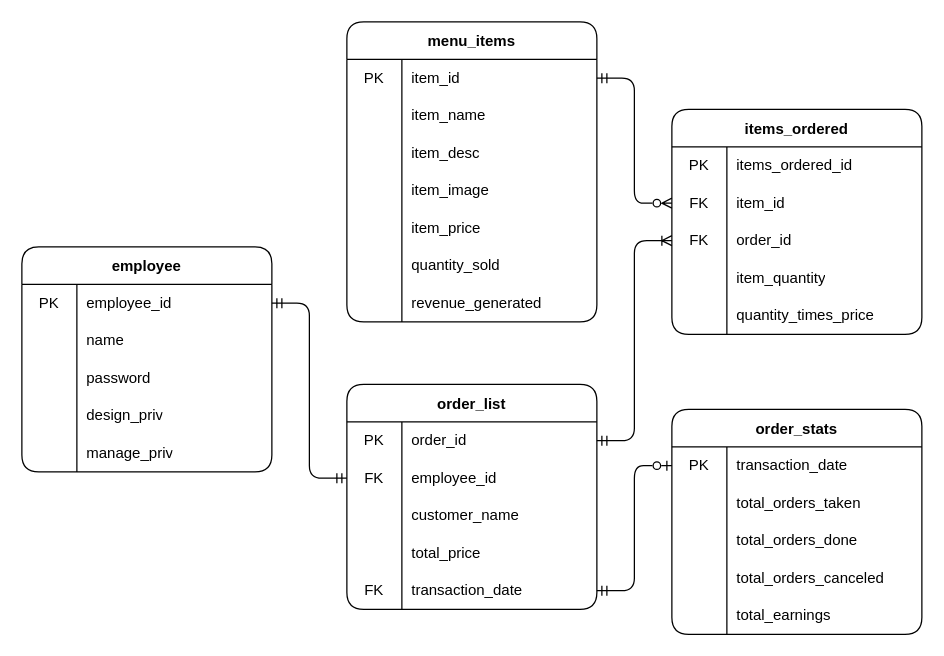
This is DOCS/Diagrams/ERD Diagram.drawio from alexxGmZ/MenuMaApp, a draw.io file, before an edit. Source tidied: cells renumbered, new cells numbered last; positions are measured from the earlier drawing's top-left corner, leaving out a move shared by most shapes. Both pictures are drawn from the tidied source at 125%, with x=0, y=0 at pixel (21, 21).
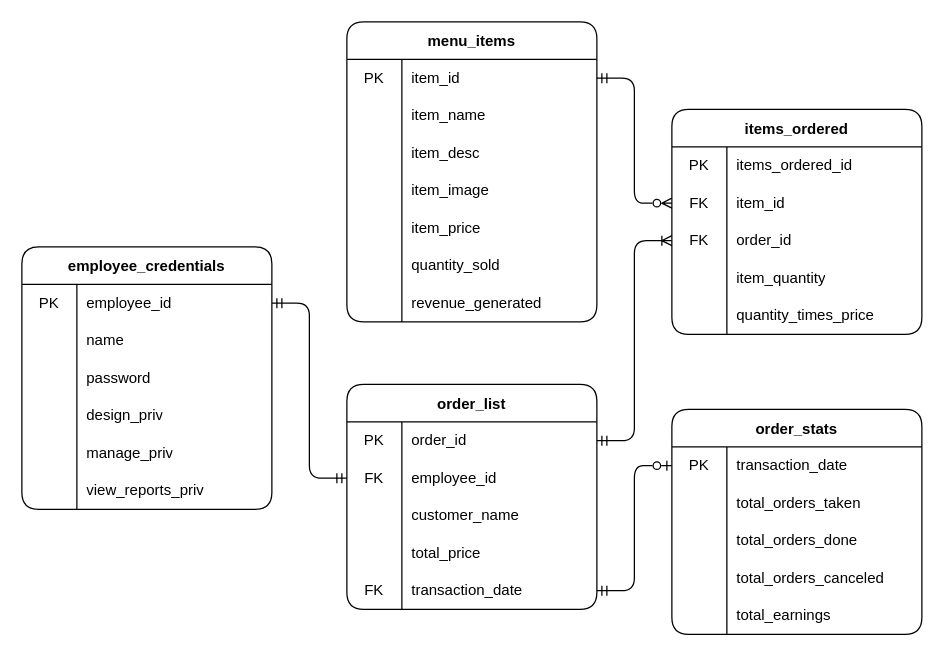
The same diagram, later.

Commit message:
diagram(erd): employee table to employee_credentials

What changed in the source:
```diff
@@
-    <mxCell id="2" value="employee" style="shape=table;startSize=30;childLayout=tableLayout;rowLines=0;fontStyle=1;rounded=1;" parent="1" vertex="1">
-      <mxGeometry y="180" width="200" height="180" as="geometry" />
+    <mxCell id="2" value="employee_credentials" style="shape=table;startSize=30;childLayout=tableLayout;rowLines=0;fontStyle=1;rounded=1;" parent="1" vertex="1">
+      <mxGeometry y="180" width="200" height="210" as="geometry" />
     </mxCell>
@@
+    <mxCell id="92" style="shape=tableRow;horizontal=0;startSize=0;swimlaneHead=0;swimlaneBody=0;top=0;left=0;bottom=0;right=0;fillColor=none;" parent="2" vertex="1">
+      <mxGeometry y="180" width="200" height="30" as="geometry" />
+    </mxCell>
+    <mxCell id="93" style="shape=partialRectangle;html=1;whiteSpace=wrap;fillColor=none;top=0;left=0;bottom=0;right=0;overflow=hidden;" parent="92" vertex="1">
+      <mxGeometry width="44" height="30" as="geometry" />
+    </mxCell>
+    <mxCell id="94" value="view_reports_priv" style="shape=partialRectangle;html=1;whiteSpace=wrap;fillColor=none;top=0;left=0;bottom=0;right=0;align=left;spacingLeft=6;overflow=hidden;" parent="92" vertex="1">
+      <mxGeometry x="44" width="156" height="30" as="geometry" />
+    </mxCell>
```
